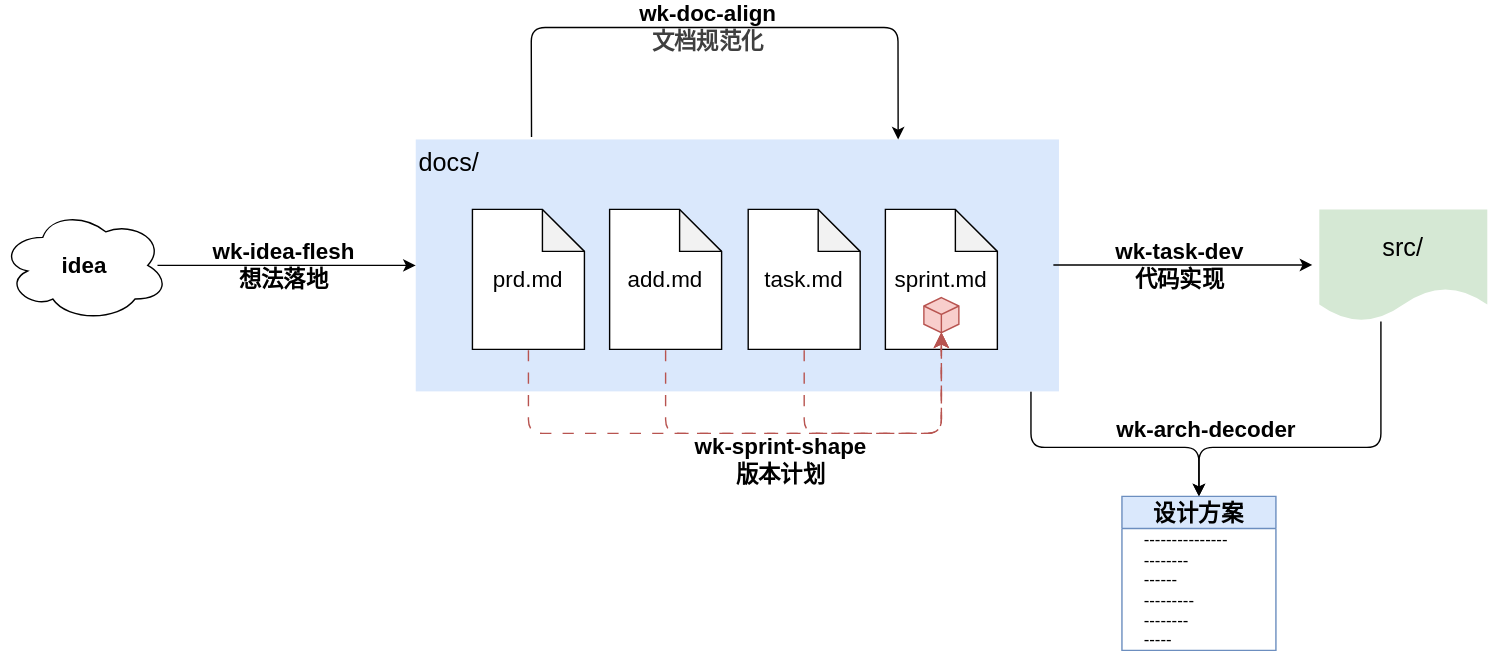
Before: dev.drawio.svg, a diagram exported from draw.io (wkevin/skills). Source tidied: cells renumbered, new cells last; positions are measured from the earlier drawing's top-left corner, leaving out a move shared by most shapes.
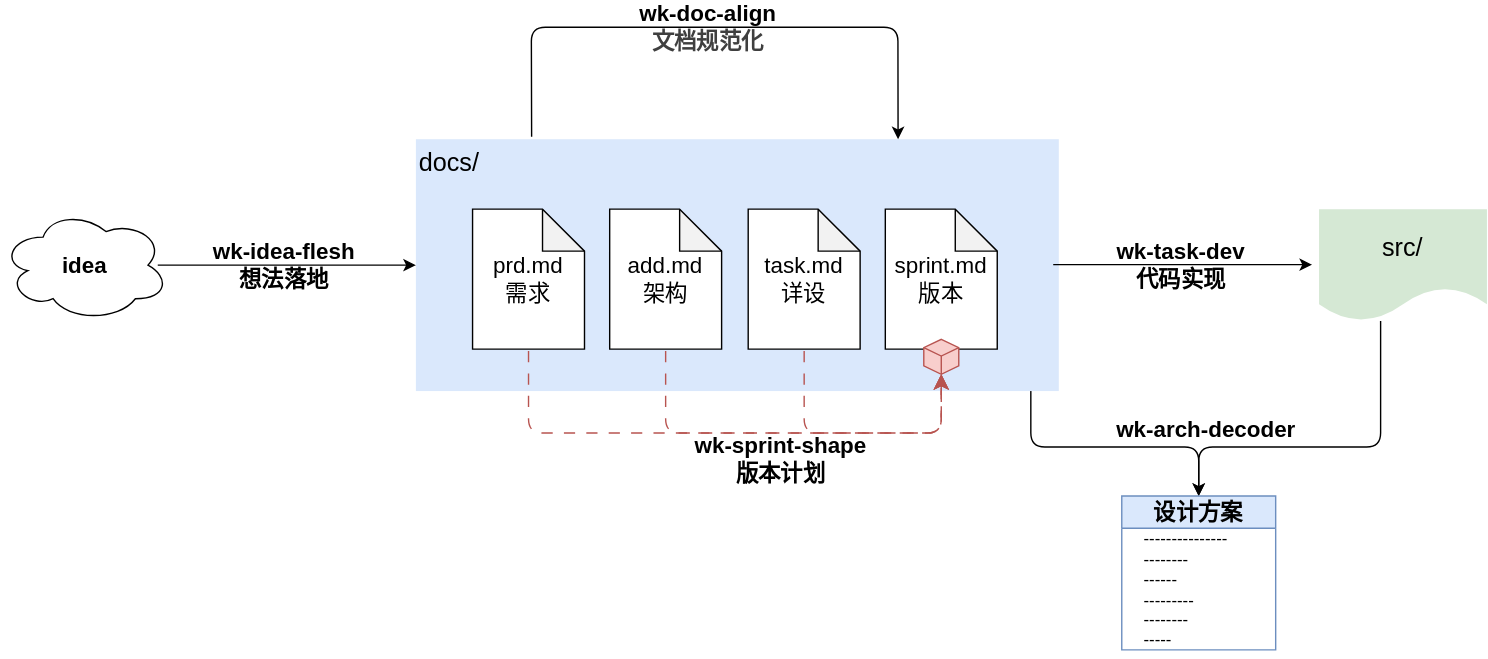
After the commit.

What changed in the source:
```diff
@@ -14,16 +14,16 @@
     <mxCell id="3" value="docs/" style="rounded=0;whiteSpace=wrap;html=1;fontSize=18;verticalAlign=top;align=left;fontStyle=0;fillColor=#dae8fc;strokeColor=none;" parent="1" vertex="1">
       <mxGeometry x="296.5" y="80" width="459.5" height="180" as="geometry" />
     </mxCell>
-    <mxCell id="4" value="prd.md" style="shape=note;whiteSpace=wrap;html=1;backgroundOutline=1;darkOpacity=0.05;fontSize=16;fontStyle=0;" parent="1" vertex="1">
+    <mxCell id="4" value="prd.md&lt;div&gt;需求&lt;/div&gt;" style="shape=note;whiteSpace=wrap;html=1;backgroundOutline=1;darkOpacity=0.05;fontSize=16;fontStyle=0;" parent="1" vertex="1">
       <mxGeometry x="337" y="130" width="80" height="100" as="geometry" />
     </mxCell>
-    <mxCell id="5" value="add.md" style="shape=note;whiteSpace=wrap;html=1;backgroundOutline=1;darkOpacity=0.05;fontSize=16;fontStyle=0;" parent="1" vertex="1">
+    <mxCell id="5" value="add.md&lt;div&gt;架构&lt;/div&gt;" style="shape=note;whiteSpace=wrap;html=1;backgroundOutline=1;darkOpacity=0.05;fontSize=16;fontStyle=0;" parent="1" vertex="1">
       <mxGeometry x="435" y="130" width="80" height="100" as="geometry" />
     </mxCell>
-    <mxCell id="6" value="task.md" style="shape=note;whiteSpace=wrap;html=1;backgroundOutline=1;darkOpacity=0.05;fontSize=16;fontStyle=0;" parent="1" vertex="1">
+    <mxCell id="6" value="task.md&lt;div&gt;详设&lt;/div&gt;" style="shape=note;whiteSpace=wrap;html=1;backgroundOutline=1;darkOpacity=0.05;fontSize=16;fontStyle=0;" parent="1" vertex="1">
       <mxGeometry x="534" y="130" width="80" height="100" as="geometry" />
     </mxCell>
-    <mxCell id="7" value="sprint.md" style="shape=note;whiteSpace=wrap;html=1;backgroundOutline=1;darkOpacity=0.05;fontSize=16;fontStyle=0;" parent="1" vertex="1">
+    <mxCell id="7" value="sprint.md&lt;div&gt;版本&lt;/div&gt;" style="shape=note;whiteSpace=wrap;html=1;backgroundOutline=1;darkOpacity=0.05;fontSize=16;fontStyle=0;" parent="1" vertex="1">
       <mxGeometry x="632" y="130" width="80" height="100" as="geometry" />
     </mxCell>
     <mxCell id="8" value="wk-idea-flesh&lt;div&gt;想法落地&lt;/div&gt;" style="endArrow=classic;html=1;fontSize=16;labelBackgroundColor=none;fontStyle=1;" parent="1" edge="1" target="3">
@@ -97,7 +97,7 @@
       <mxGeometry x="791" y="272" width="140" height="30" as="geometry" />
     </mxCell>
     <mxCell id="21" style="html=1;whiteSpace=wrap;shape=isoCube2;backgroundOutline=1;isoAngle=15;fillColor=#f8cecc;strokeColor=#b85450;" parent="1" vertex="1">
-      <mxGeometry x="659.5" y="193" width="25" height="25" as="geometry" />
+      <mxGeometry x="659.5" y="223" width="25" height="25" as="geometry" />
     </mxCell>
   </root>
 </mxGraphModel>
```
